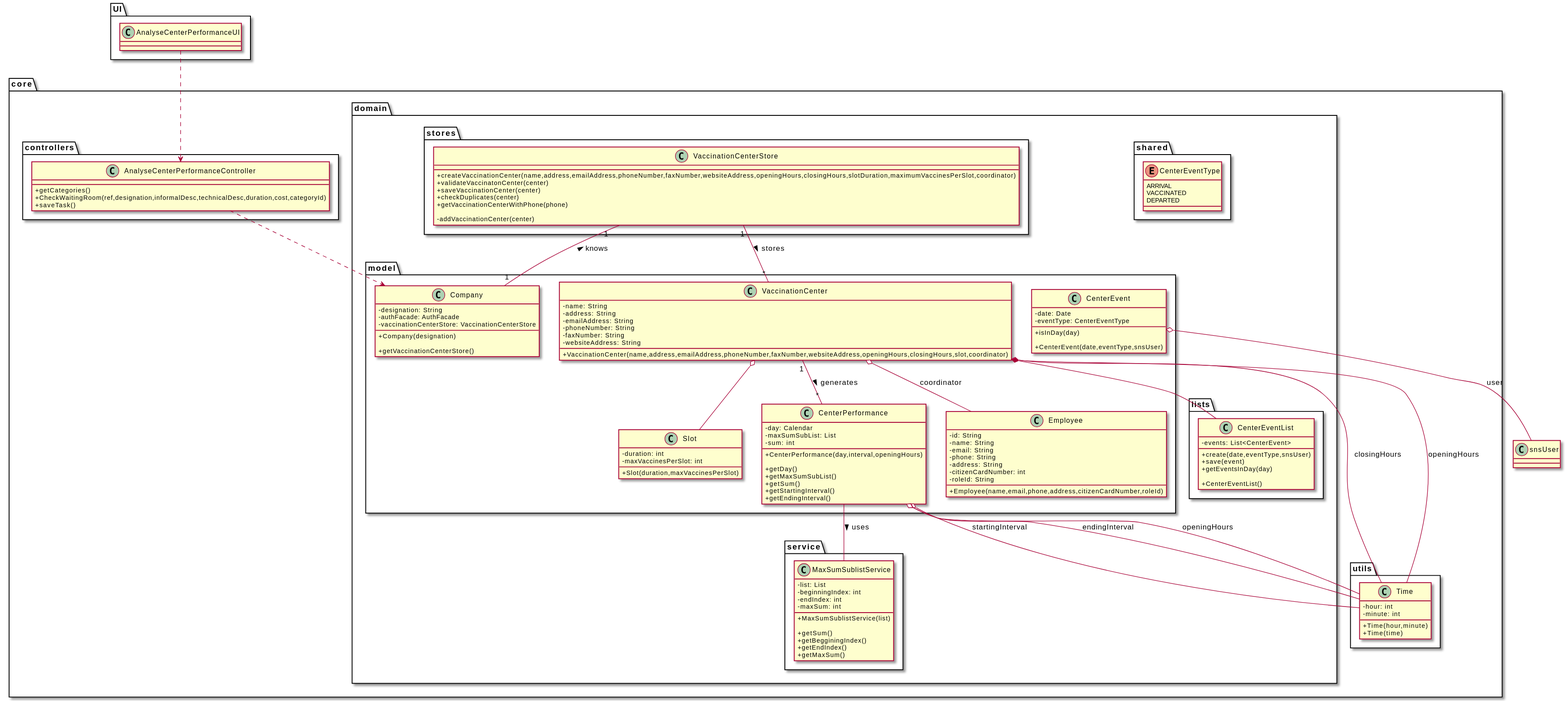
This is docs/SprintD/US16/CD/US16_CD.svg from miseEnPlace-i/lapr2, a PlantUML export, as it was before one commit.
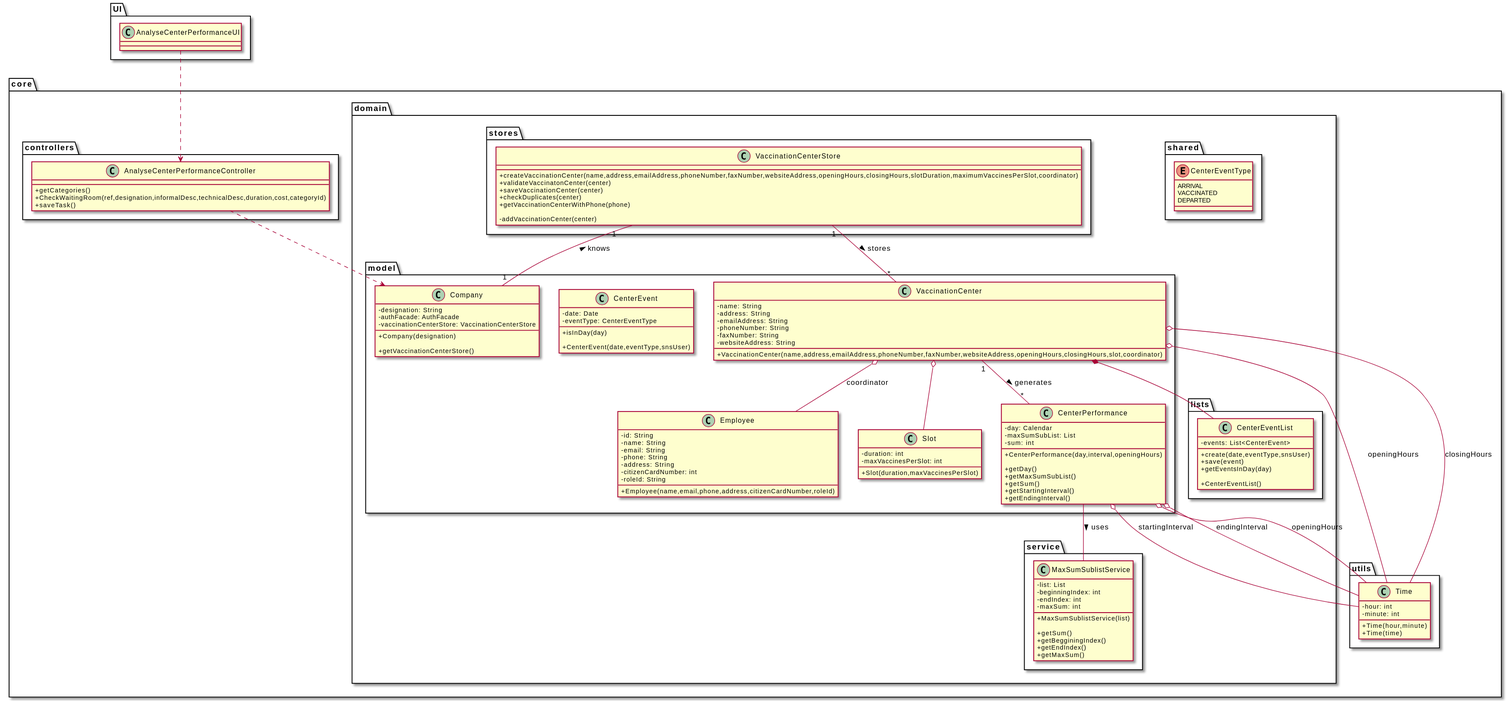
Above is the later version.

Diff of the diagram source:
```diff
@@ -157,8 +157,6 @@
 
 CenterPerformance -- MaxSumSublistService : uses >
 
-CenterEvent o-- snsUser : user
-
 VaccinationCenterStore "1" -- "*" VaccinationCenter : stores >
 
 Company "1" -- "1" VaccinationCenterStore : knows >
```
